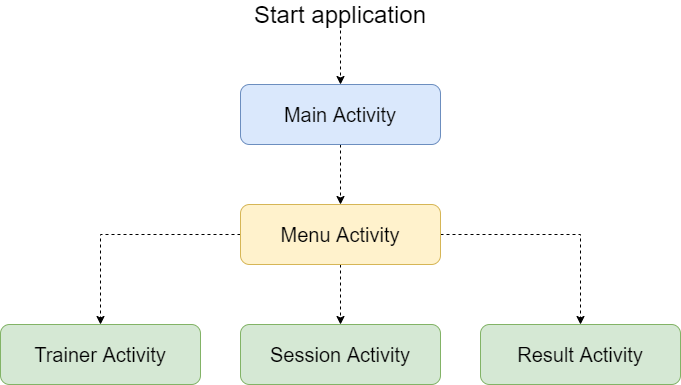
This is Documentation/images/Navigation.png from CarmeloAparo/TrainingStat, a draw.io export, as it was before one commit. Source tidied: cells renumbered, new cells last; positions are measured from the earlier drawing's top-left corner, leaving out a move shared by most shapes.
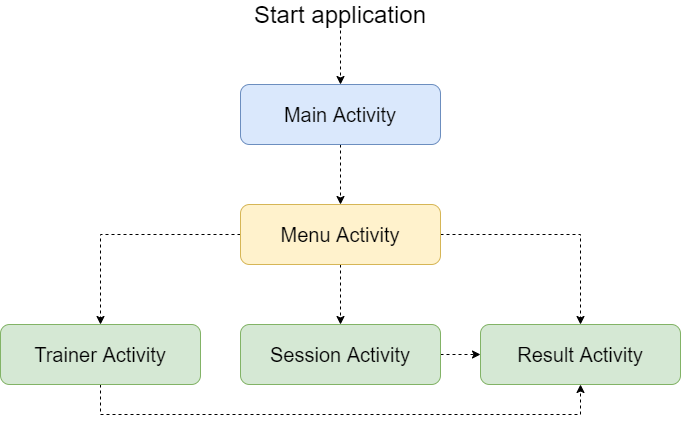
After the change.

The edit, as a diff of the source:
```diff
@@ -20,9 +20,20 @@
     <mxCell id="7" value="&lt;font style=&quot;font-size: 20px&quot;&gt;Menu Activity&lt;/font&gt;" style="rounded=1;whiteSpace=wrap;html=1;fillColor=#fff2cc;strokeColor=#d6b656;" parent="1" vertex="1">
       <mxGeometry x="240" y="200" width="200" height="60" as="geometry" />
     </mxCell>
+    <mxCell id="13" style="edgeStyle=orthogonalEdgeStyle;rounded=0;jettySize=auto;html=1;dashed=1;" parent="1" edge="1" source="8" target="10">
+      <mxGeometry relative="1" as="geometry">
+        <Array as="points">
+          <mxPoint x="100" y="410" />
+          <mxPoint x="580" y="410" />
+        </Array>
+      </mxGeometry>
+    </mxCell>
     <mxCell id="8" value="&lt;font style=&quot;font-size: 20px&quot;&gt;Trainer Activity&lt;/font&gt;" style="rounded=1;whiteSpace=wrap;html=1;fillColor=#d5e8d4;strokeColor=#82b366;" parent="1" vertex="1">
       <mxGeometry y="320" width="200" height="60" as="geometry" />
     </mxCell>
+    <mxCell id="14" style="edgeStyle=orthogonalEdgeStyle;rounded=0;jettySize=auto;html=1;dashed=1;" parent="1" edge="1" source="9" target="10">
+      <mxGeometry relative="1" as="geometry" />
+    </mxCell>
     <mxCell id="9" value="&lt;font style=&quot;font-size: 20px&quot;&gt;Session Activity&lt;/font&gt;" style="rounded=1;whiteSpace=wrap;html=1;fillColor=#d5e8d4;strokeColor=#82b366;" parent="1" vertex="1">
       <mxGeometry x="240" y="320" width="200" height="60" as="geometry" />
     </mxCell>
```
